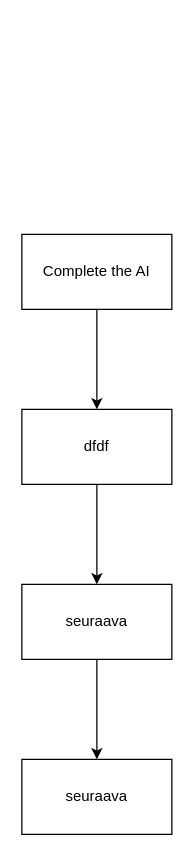
Before: Workflow.drawio in henrylahteenmaki/draw.io, a draw.io diagram. Source tidied: cells renumbered, new cells numbered last; positions are measured from the earlier drawing's top-left corner, leaving out a move shared by most shapes. Both pictures are drawn from the tidied source at 125%, with x=0, y=0 at pixel (21, 234).
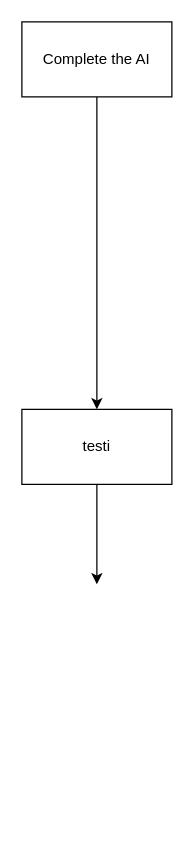
The same page after the edit.

Change to the diagram source:
```diff
@@
 <mxGraphModel>
   <root>
     <mxCell id="0" />
     <mxCell id="1" parent="0" />
     <mxCell id="2" style="edgeStyle=orthogonalEdgeStyle;rounded=0;jettySize=auto;html=1;" parent="1" edge="1" source="3" target="5">
       <mxGeometry relative="1" as="geometry" />
     </mxCell>
     <mxCell id="3" value="Complete the AI" style="rounded=0;whiteSpace=wrap;html=1;" parent="1" vertex="1">
-      <mxGeometry width="120" height="60" as="geometry" />
+      <mxGeometry y="-170" width="120" height="60" as="geometry" />
     </mxCell>
-    <mxCell id="4" style="edgeStyle=orthogonalEdgeStyle;rounded=0;jettySize=auto;html=1;" parent="1" edge="1" source="5" target="7">
-      <mxGeometry relative="1" as="geometry" />
+    <mxCell id="4" style="edgeStyle=orthogonalEdgeStyle;rounded=0;jettySize=auto;html=1;" parent="1" edge="1" source="5">
+      <mxGeometry relative="1" as="geometry">
+        <mxPoint x="60" y="280" as="targetPoint" />
+      </mxGeometry>
     </mxCell>
-    <mxCell id="5" value="dfdf" style="whiteSpace=wrap;html=1;rounded=0;" parent="1" vertex="1">
+    <mxCell id="5" value="testi" style="whiteSpace=wrap;html=1;rounded=0;" parent="1" vertex="1">
       <mxGeometry y="140" width="120" height="60" as="geometry" />
     </mxCell>
-    <mxCell id="6" style="edgeStyle=orthogonalEdgeStyle;rounded=0;jettySize=auto;html=1;" parent="1" edge="1" source="7" target="8">
-      <mxGeometry relative="1" as="geometry" />
-    </mxCell>
-    <mxCell id="7" value="seuraava" style="whiteSpace=wrap;html=1;rounded=0;" parent="1" vertex="1">
-      <mxGeometry y="280" width="120" height="60" as="geometry" />
-    </mxCell>
-    <mxCell id="8" value="seuraava" style="whiteSpace=wrap;html=1;rounded=0;" parent="1" vertex="1">
-      <mxGeometry y="420" width="120" height="60" as="geometry" />
-    </mxCell>
   </root>
 </mxGraphModel>
```
